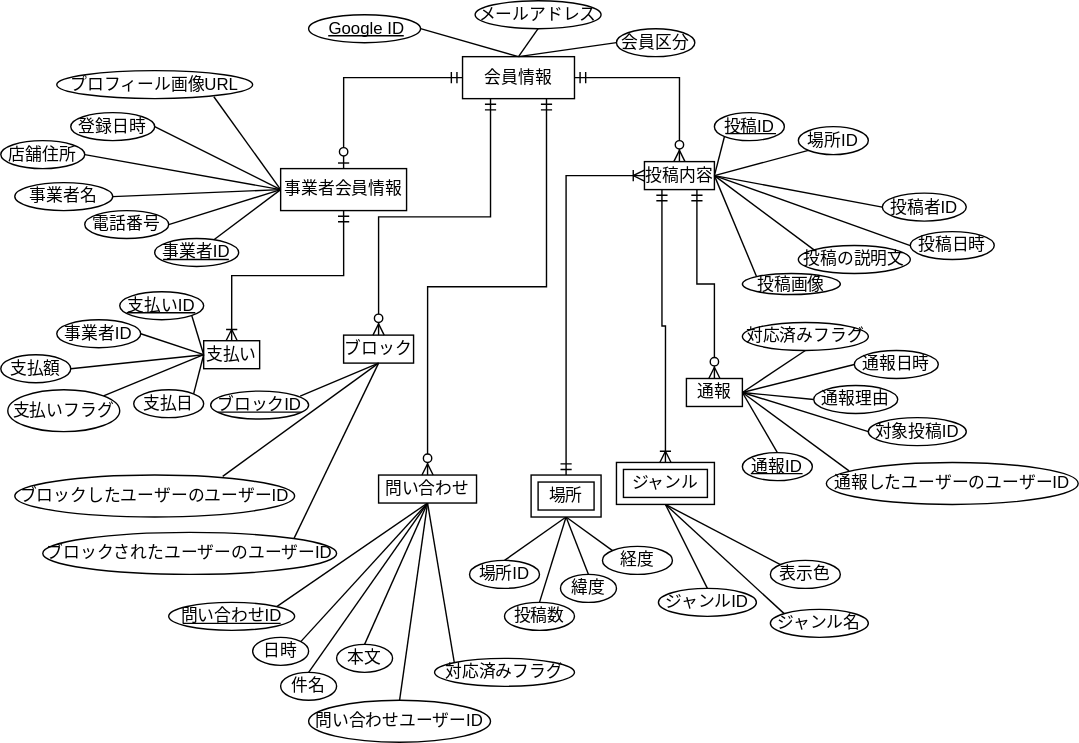
This is sections/section8_database.svg from KUT-Group12/external-design, a draw.io export, as it was before one commit. Source tidied: cells renumbered, new cells last; positions are measured from the earlier drawing's top-left corner, leaving out a move shared by most shapes.
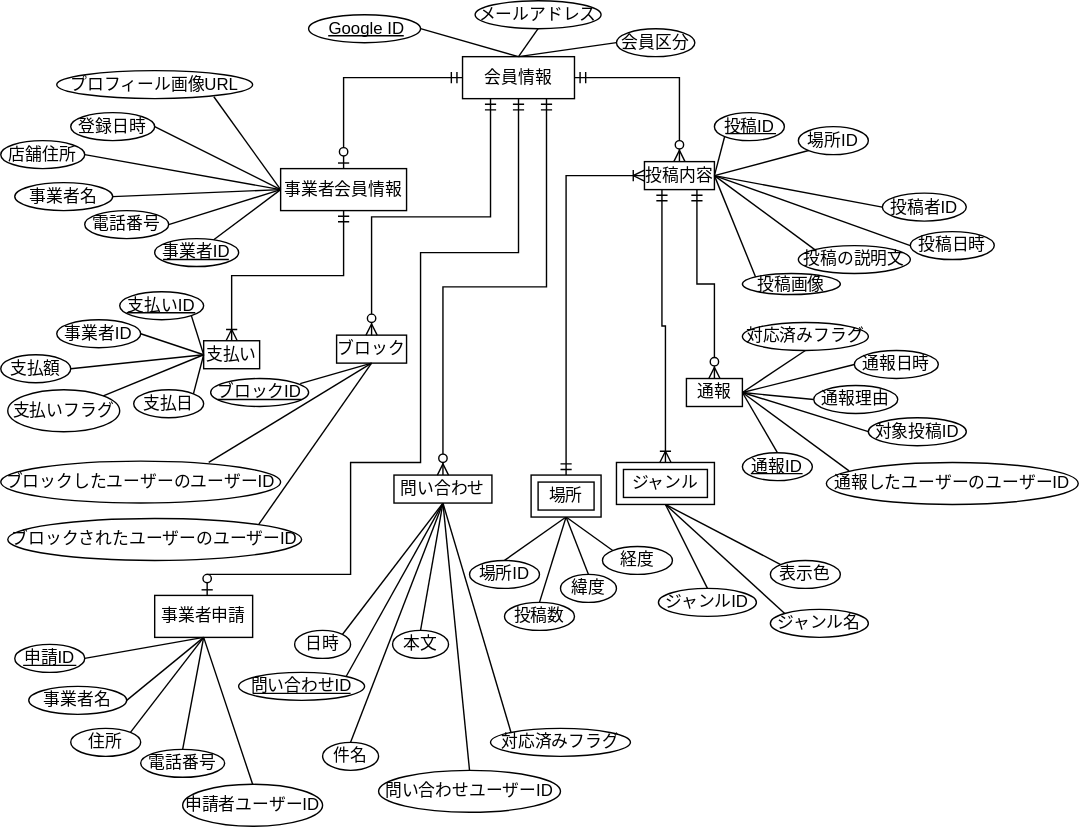
Above is the later version.

Commit message:
docs : ER図に事業者申請のテーブルを作成

Diff of the diagram source:
```diff
@@ -75,23 +75,20 @@
     <mxCell id="24" style="endArrow=none;html=1;rounded=0;entryX=0.5;entryY=1;entryDx=0;entryDy=0;exitX=0.5;exitY=0;exitDx=0;exitDy=0;" parent="1" edge="1" source="113" target="70">
       <mxGeometry relative="1" as="geometry" />
     </mxCell>
-    <mxCell id="25" value="問い合わせID" style="ellipse;whiteSpace=wrap;html=1;align=center;fontStyle=0;" parent="1" vertex="1">
-      <mxGeometry x="120" y="430" width="90" height="20" as="geometry" />
-    </mxCell>
     <mxCell id="26" value="問い合わせユーザーID" style="ellipse;whiteSpace=wrap;html=1;align=center;" parent="1" vertex="1">
-      <mxGeometry x="220" y="500" width="130" height="30" as="geometry" />
+      <mxGeometry x="270" y="550" width="130" height="30" as="geometry" />
     </mxCell>
     <mxCell id="27" value="件名" style="ellipse;whiteSpace=wrap;html=1;align=center;direction=west;" parent="1" vertex="1">
-      <mxGeometry x="200" y="480" width="40" height="20" as="geometry" />
+      <mxGeometry x="230" y="530" width="40" height="20" as="geometry" />
     </mxCell>
     <mxCell id="28" value="本文" style="ellipse;whiteSpace=wrap;html=1;align=center;" parent="1" vertex="1">
-      <mxGeometry x="240" y="460" width="40" height="20" as="geometry" />
+      <mxGeometry x="280" y="450" width="40" height="20" as="geometry" />
     </mxCell>
     <mxCell id="29" value="日時" style="ellipse;whiteSpace=wrap;html=1;align=center;" parent="1" vertex="1">
-      <mxGeometry x="180" y="455" width="40" height="20" as="geometry" />
+      <mxGeometry x="210" y="450" width="40" height="20" as="geometry" />
     </mxCell>
     <mxCell id="30" value="対応済みフラグ" style="ellipse;whiteSpace=wrap;html=1;align=center;" parent="1" vertex="1">
-      <mxGeometry x="310" y="470" width="100" height="20" as="geometry" />
+      <mxGeometry x="350" y="520" width="100" height="20" as="geometry" />
     </mxCell>
     <mxCell id="31" style="endArrow=none;html=1;rounded=0;entryX=0.5;entryY=1;entryDx=0;entryDy=0;exitX=1;exitY=0;exitDx=0;exitDy=0;" parent="1" edge="1" source="25" target="88">
       <mxGeometry relative="1" as="geometry" />
@@ -223,11 +220,8 @@
       <mxGeometry x="115" y="239" width="375" height="120" as="geometry" />
     </mxCell>
     <mxCell id="72" value="ブロック" style="whiteSpace=wrap;html=1;align=center;" parent="71" vertex="1">
-      <mxGeometry x="130" width="50" height="20" as="geometry" />
+      <mxGeometry x="125" width="50" height="20" as="geometry" />
     </mxCell>
-    <mxCell id="73" value="ブロックID" style="ellipse;whiteSpace=wrap;html=1;align=center;fontStyle=0;" parent="71" vertex="1">
-      <mxGeometry x="35" y="40" width="70" height="20" as="geometry" />
-    </mxCell>
     <mxCell id="74" style="endArrow=none;html=1;rounded=0;exitX=0.914;exitY=0.183;exitDx=0;exitDy=0;entryX=0.5;entryY=1;entryDx=0;entryDy=0;exitPerimeter=0;" parent="71" edge="1" source="73" target="72">
       <mxGeometry relative="1" as="geometry" />
     </mxCell>
@@ -271,26 +265,29 @@
       <mxGeometry x="90" y="10" width="49" height="10" as="geometry" />
     </mxCell>
     <mxCell id="88" value="問い合わせ" style="whiteSpace=wrap;html=1;align=center;" parent="71" vertex="1">
-      <mxGeometry x="155" y="100" width="70" height="20" as="geometry" />
+      <mxGeometry x="166" y="100" width="70" height="20" as="geometry" />
     </mxCell>
+    <mxCell id="115" style="group;" parent="71" vertex="1">
+      <mxGeometry x="35" y="31" width="70" height="20" as="geometry" />
+    </mxCell>
+    <mxCell id="73" value="ブロックID" style="ellipse;whiteSpace=wrap;html=1;align=center;fontStyle=0;" parent="115" vertex="1">
+      <mxGeometry width="70" height="20" as="geometry" />
+    </mxCell>
-    <mxCell id="89" style="line;strokeWidth=1;dashed=0;labelPosition=right;align=left;verticalAlign=middle;spacingTop=0;spacingLeft=6;" parent="71" vertex="1">
-      <mxGeometry x="40" y="50" width="60" height="10" as="geometry" />
+    <mxCell id="89" style="line;strokeWidth=1;dashed=0;labelPosition=right;align=left;verticalAlign=middle;spacingTop=0;spacingLeft=6;" parent="115" vertex="1">
+      <mxGeometry x="5" y="10" width="60" height="10" as="geometry" />
     </mxCell>
     <mxCell id="90" value="ブロックしたユーザーのユーザーID" style="ellipse;whiteSpace=wrap;html=1;align=center;" parent="1" vertex="1">
-      <mxGeometry x="10" y="339" width="200" height="30" as="geometry" />
+      <mxGeometry y="329" width="200" height="30" as="geometry" />
     </mxCell>
     <mxCell id="91" style="endArrow=none;html=1;rounded=0;entryX=0.5;entryY=1;entryDx=0;entryDy=0;exitX=0.743;exitY=0.033;exitDx=0;exitDy=0;exitPerimeter=0;" parent="1" edge="1" source="90" target="72">
       <mxGeometry relative="1" as="geometry" />
     </mxCell>
     <mxCell id="92" value="ブロックされたユーザーのユーザーID" style="ellipse;whiteSpace=wrap;html=1;align=center;" parent="1" vertex="1">
-      <mxGeometry x="30" y="380" width="210" height="30" as="geometry" />
+      <mxGeometry x="5" y="370" width="210" height="30" as="geometry" />
     </mxCell>
     <mxCell id="93" style="endArrow=none;html=1;rounded=0;entryX=0.5;entryY=1;entryDx=0;entryDy=0;exitX=1;exitY=0;exitDx=0;exitDy=0;" parent="1" edge="1" source="92" target="72">
       <mxGeometry relative="1" as="geometry" />
     </mxCell>
-    <mxCell id="94" style="edgeStyle=orthogonalEdgeStyle;fontSize=12;html=1;endArrow=ERzeroToMany;startArrow=ERmandOne;rounded=0;exitX=0.75;exitY=1;exitDx=0;exitDy=0;entryX=0.5;entryY=0;entryDx=0;entryDy=0;" parent="1" edge="1" source="2" target="88">
-      <mxGeometry relative="1" as="geometry" />
-    </mxCell>
     <mxCell id="95" style="edgeStyle=orthogonalEdgeStyle;fontSize=12;html=1;endArrow=ERzeroToMany;startArrow=ERmandOne;rounded=0;exitX=0.25;exitY=1;exitDx=0;exitDy=0;entryX=0.5;entryY=0;entryDx=0;entryDy=0;" parent="1" edge="1" source="2" target="72">
       <mxGeometry relative="1" as="geometry" />
     </mxCell>
@@ -344,9 +341,6 @@
     <mxCell id="109" style="line;strokeWidth=1;dashed=0;labelPosition=right;align=left;verticalAlign=middle;spacingTop=0;spacingLeft=6;" parent="1" vertex="1">
       <mxGeometry x="116" y="180" width="47" height="10" as="geometry" />
     </mxCell>
-    <mxCell id="110" style="line;strokeWidth=1;dashed=0;labelPosition=right;align=left;verticalAlign=middle;spacingTop=0;spacingLeft=6;" parent="1" vertex="1">
-      <mxGeometry x="130" y="440" width="70" height="10" as="geometry" />
-    </mxCell>
     <mxCell id="111" value="場所" style="shape=ext;margin=3;double=1;whiteSpace=wrap;html=1;align=center;" parent="1" vertex="1">
       <mxGeometry x="379" y="339" width="50" height="30" as="geometry" />
     </mxCell>
@@ -359,5 +353,69 @@
     <mxCell id="114" style="edgeStyle=orthogonalEdgeStyle;fontSize=12;html=1;endArrow=ERzeroToMany;startArrow=ERmandOne;rounded=0;exitX=0.75;exitY=1;exitDx=0;exitDy=0;entryX=0.5;entryY=0;entryDx=0;entryDy=0;" parent="1" edge="1" source="39" target="56">
       <mxGeometry relative="1" as="geometry" />
     </mxCell>
+    <mxCell id="116" style="group;" parent="1" vertex="1">
+      <mxGeometry x="170" y="480" width="90" height="20" as="geometry" />
+    </mxCell>
+    <mxCell id="25" value="問い合わせID" style="ellipse;whiteSpace=wrap;html=1;align=center;fontStyle=0;" parent="116" vertex="1">
+      <mxGeometry width="90" height="20" as="geometry" />
+    </mxCell>
+    <mxCell id="110" style="line;strokeWidth=1;dashed=0;labelPosition=right;align=left;verticalAlign=middle;spacingTop=0;spacingLeft=6;" parent="116" vertex="1">
+      <mxGeometry x="10" y="10" width="70" height="10" as="geometry" />
+    </mxCell>
+    <mxCell id="94" style="edgeStyle=orthogonalEdgeStyle;fontSize=12;html=1;endArrow=ERzeroToMany;startArrow=ERmandOne;rounded=0;exitX=0.75;exitY=1;exitDx=0;exitDy=0;entryX=0.5;entryY=0;entryDx=0;entryDy=0;" parent="1" edge="1" source="2" target="88">
+      <mxGeometry relative="1" as="geometry" />
+    </mxCell>
+    <mxCell id="117" value="事業者申請" style="whiteSpace=wrap;html=1;align=center;" parent="1" vertex="1">
+      <mxGeometry x="110" y="425" width="70" height="30" as="geometry" />
+    </mxCell>
+    <mxCell id="118" style="group;" parent="1" vertex="1">
+      <mxGeometry x="10" y="460" width="50" height="20" as="geometry" />
+    </mxCell>
+    <mxCell id="119" value="申請ID" style="ellipse;whiteSpace=wrap;html=1;align=center;" parent="118" vertex="1">
+      <mxGeometry width="50" height="20" as="geometry" />
+    </mxCell>
+    <mxCell id="120" style="line;strokeWidth=1;dashed=0;labelPosition=right;align=left;verticalAlign=middle;spacingTop=0;spacingLeft=6;" parent="118" vertex="1">
+      <mxGeometry x="6" y="10" width="38" height="10" as="geometry" />
+    </mxCell>
+    <mxCell id="121" value="事業者名" style="ellipse;whiteSpace=wrap;html=1;align=center;" parent="1" vertex="1">
+      <mxGeometry x="20" y="490" width="70" height="20" as="geometry" />
+    </mxCell>
+    <mxCell id="122" value="住所" style="ellipse;whiteSpace=wrap;html=1;align=center;" parent="1" vertex="1">
+      <mxGeometry x="50" y="520" width="50" height="20" as="geometry" />
+    </mxCell>
+    <mxCell id="123" value="電話番号" style="ellipse;whiteSpace=wrap;html=1;align=center;" parent="1" vertex="1">
+      <mxGeometry x="100" y="535" width="60" height="20" as="geometry" />
+    </mxCell>
+    <mxCell id="124" style="edgeStyle=orthogonalEdgeStyle;fontSize=12;html=1;endArrow=ERzeroToOne;startArrow=ERmandOne;rounded=0;entryX=0.5;entryY=0;entryDx=0;entryDy=0;exitX=0.5;exitY=1;exitDx=0;exitDy=0;" parent="1" edge="1" source="2">
+      <mxGeometry relative="1" as="geometry">
+        <mxPoint x="147.5" y="425" as="targetPoint" />
+        <Array as="points">
+          <mxPoint x="370" y="180" />
+          <mxPoint x="300" y="180" />
+          <mxPoint x="300" y="330" />
+          <mxPoint x="250" y="330" />
+          <mxPoint x="250" y="410" />
+          <mxPoint x="148" y="410" />
+        </Array>
+      </mxGeometry>
+    </mxCell>
+    <mxCell id="125" value="申請者ユーザーID" style="ellipse;whiteSpace=wrap;html=1;align=center;" parent="1" vertex="1">
+      <mxGeometry x="130" y="560" width="100" height="30" as="geometry" />
+    </mxCell>
+    <mxCell id="126" style="endArrow=none;html=1;rounded=0;entryX=0.5;entryY=1;entryDx=0;entryDy=0;exitX=1;exitY=0.5;exitDx=0;exitDy=0;" parent="1" edge="1" source="119" target="117">
+      <mxGeometry relative="1" as="geometry" />
+    </mxCell>
+    <mxCell id="127" style="endArrow=none;html=1;rounded=0;entryX=0.5;entryY=1;entryDx=0;entryDy=0;exitX=1;exitY=0.5;exitDx=0;exitDy=0;" parent="1" edge="1" source="121" target="117">
+      <mxGeometry relative="1" as="geometry" />
+    </mxCell>
+    <mxCell id="128" style="endArrow=none;html=1;rounded=0;entryX=1;entryY=0;entryDx=0;entryDy=0;exitX=0.5;exitY=1;exitDx=0;exitDy=0;" parent="1" edge="1" source="117" target="122">
+      <mxGeometry relative="1" as="geometry" />
+    </mxCell>
+    <mxCell id="129" style="endArrow=none;html=1;rounded=0;entryX=0.5;entryY=0;entryDx=0;entryDy=0;exitX=0.5;exitY=1;exitDx=0;exitDy=0;" parent="1" edge="1" source="117" target="123">
+      <mxGeometry relative="1" as="geometry" />
+    </mxCell>
+    <mxCell id="130" style="endArrow=none;html=1;rounded=0;exitX=0.5;exitY=1;exitDx=0;exitDy=0;entryX=0.5;entryY=0;entryDx=0;entryDy=0;" parent="1" edge="1" source="117" target="125">
+      <mxGeometry relative="1" as="geometry" />
+    </mxCell>
   </root>
 </mxGraphModel>
```
